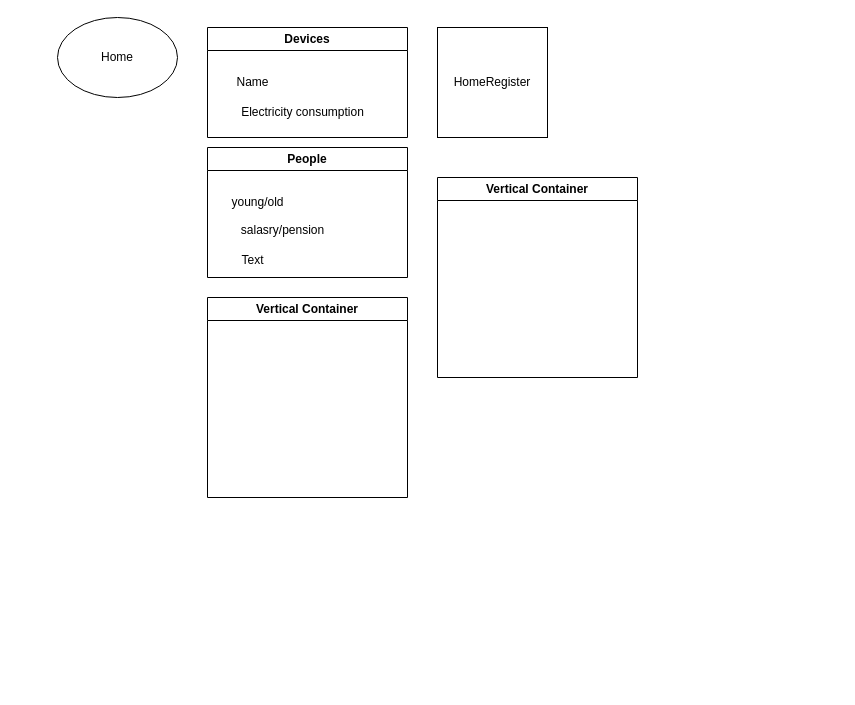
N30nWra1th/Calculator-project keeps this draw.io diagram as Sovietville Plan.drawio. Above is the earlier version. Source tidied: cells renumbered, new cells numbered last; positions are measured from the earlier drawing's top-left corner, leaving out a move shared by most shapes. Both pictures are drawn from the tidied source at 100%, with x=0, y=0 at pixel (57, 17).
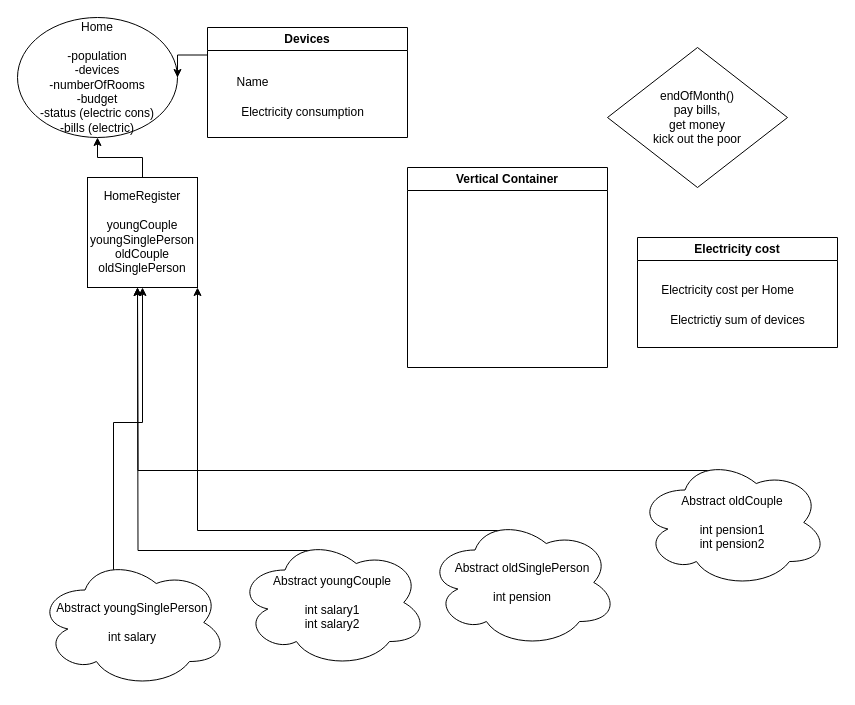
The same page after the edit.

Unchanged cells that the change refers to:
```xml
<mxCell id="4" value="Devices&lt;br&gt;" style="swimlane;whiteSpace=wrap;html=1;" parent="1" vertex="1">
  <mxGeometry x="150" y="10" width="200" height="110" as="geometry" />
</mxCell>
```

The edit, as a diff of the source:
```diff
@@
+    <mxCell id="13" style="edgeStyle=orthogonalEdgeStyle;rounded=0;jettySize=auto;html=1;exitX=0.5;exitY=0;exitDx=0;exitDy=0;entryX=0.5;entryY=1;entryDx=0;entryDy=0;" parent="1" edge="1" source="2" target="3">
+      <mxGeometry relative="1" as="geometry" />
+    </mxCell>
-    <mxCell id="2" value="HomeRegister" style="whiteSpace=wrap;html=1;" parent="1" vertex="1">
-      <mxGeometry x="380" y="10" width="110" height="110" as="geometry" />
+    <mxCell id="2" value="HomeRegister&lt;br&gt;&lt;br&gt;youngCouple&lt;br&gt;youngSinglePerson&lt;br&gt;oldCouple&lt;br&gt;oldSinglePerson" style="whiteSpace=wrap;html=1;" parent="1" vertex="1">
+      <mxGeometry x="30" y="160" width="110" height="110" as="geometry" />
     </mxCell>
-    <mxCell id="3" value="Home" style="ellipse;whiteSpace=wrap;html=1;" parent="1" vertex="1">
-      <mxGeometry width="120" height="80" as="geometry" />
+    <mxCell id="3" value="Home&lt;br&gt;&lt;br&gt;-population&lt;br&gt;-devices&lt;br&gt;-numberOfRooms&lt;br&gt;-budget&lt;br&gt;-status (electric cons)&lt;br&gt;-bills (electric)" style="ellipse;whiteSpace=wrap;html=1;" parent="1" vertex="1">
+      <mxGeometry x="-40" width="160" height="120" as="geometry" />
     </mxCell>
+    <mxCell id="14" style="edgeStyle=orthogonalEdgeStyle;rounded=0;jettySize=auto;html=1;exitX=0;exitY=0.25;exitDx=0;exitDy=0;entryX=1;entryY=0.5;entryDx=0;entryDy=0;" parent="1" edge="1" source="4" target="3">
+      <mxGeometry relative="1" as="geometry" />
+    </mxCell>
@@
-    <mxCell id="7" value="People" style="swimlane;whiteSpace=wrap;html=1;" parent="1" vertex="1">
-      <mxGeometry x="150" y="130" width="200" height="130" as="geometry" />
-    </mxCell>
-    <mxCell id="8" value="young/old" style="text;html=1;align=center;verticalAlign=middle;strokeColor=none;fillColor=none;" parent="7" vertex="1">
-      <mxGeometry x="10" y="40" width="80" height="30" as="geometry" />
-    </mxCell>
-    <mxCell id="9" value="Text" style="text;html=1;align=center;verticalAlign=middle;strokeColor=none;fillColor=none;" parent="7" vertex="1">
-      <mxGeometry x="20" y="98" width="50" height="30" as="geometry" />
-    </mxCell>
-    <mxCell id="10" value="salasry/pension" style="text;html=1;align=center;verticalAlign=middle;strokeColor=none;fillColor=none;" parent="7" vertex="1">
-      <mxGeometry x="20" y="68" width="110" height="30" as="geometry" />
-    </mxCell>
     <mxCell id="11" value="Vertical Container" style="swimlane;whiteSpace=wrap;html=1;" parent="1" vertex="1">
-      <mxGeometry x="380" y="160" width="200" height="200" as="geometry" />
+      <mxGeometry x="350" y="150" width="200" height="200" as="geometry" />
     </mxCell>
-    <mxCell id="12" value="Vertical Container" style="swimlane;whiteSpace=wrap;html=1;" parent="1" vertex="1">
-      <mxGeometry x="150" y="280" width="200" height="200" as="geometry" />
+    <mxCell id="12" value="Electricity cost" style="swimlane;whiteSpace=wrap;html=1;startSize=23;" parent="1" vertex="1">
+      <mxGeometry x="580" y="220" width="200" height="110" as="geometry" />
     </mxCell>
+    <mxCell id="15" value="Electricity cost per Home" style="text;html=1;align=center;verticalAlign=middle;strokeColor=none;fillColor=none;" parent="12" vertex="1">
+      <mxGeometry x="10" y="38" width="160" height="30" as="geometry" />
+    </mxCell>
+    <mxCell id="16" value="Electrictiy sum of devices" style="text;html=1;align=center;verticalAlign=middle;strokeColor=none;fillColor=none;" parent="12" vertex="1">
+      <mxGeometry x="20" y="68" width="160" height="30" as="geometry" />
+    </mxCell>
+    <mxCell id="17" value="endOfMonth()&lt;br&gt;pay bills,&lt;br&gt;get money&lt;br&gt;kick out the poor" style="rhombus;whiteSpace=wrap;html=1;" parent="1" vertex="1">
+      <mxGeometry x="550" y="30" width="180" height="140" as="geometry" />
+    </mxCell>
+    <mxCell id="18" style="edgeStyle=orthogonalEdgeStyle;rounded=0;jettySize=auto;html=1;exitX=0.4;exitY=0.1;exitDx=0;exitDy=0;exitPerimeter=0;entryX=0.5;entryY=1;entryDx=0;entryDy=0;" parent="1" edge="1" source="19" target="2">
+      <mxGeometry relative="1" as="geometry" />
+    </mxCell>
+    <mxCell id="19" value="Abstract youngSinglePerson&lt;br&gt;&lt;br&gt;int salary" style="ellipse;shape=cloud;whiteSpace=wrap;html=1;" parent="1" vertex="1">
+      <mxGeometry x="-20" y="540" width="190" height="130" as="geometry" />
+    </mxCell>
+    <mxCell id="20" style="edgeStyle=orthogonalEdgeStyle;rounded=0;jettySize=auto;html=1;exitX=0.4;exitY=0.1;exitDx=0;exitDy=0;exitPerimeter=0;" parent="1" edge="1" source="21">
+      <mxGeometry relative="1" as="geometry">
+        <mxPoint x="80" y="270" as="targetPoint" />
+      </mxGeometry>
+    </mxCell>
+    <mxCell id="21" value="Abstract youngCouple&lt;br&gt;&lt;br&gt;int salary1&lt;br&gt;int salary2" style="ellipse;shape=cloud;whiteSpace=wrap;html=1;" parent="1" vertex="1">
+      <mxGeometry x="180" y="520" width="190" height="130" as="geometry" />
+    </mxCell>
+    <mxCell id="22" style="edgeStyle=orthogonalEdgeStyle;rounded=0;jettySize=auto;html=1;exitX=0.4;exitY=0.1;exitDx=0;exitDy=0;exitPerimeter=0;entryX=1;entryY=1;entryDx=0;entryDy=0;" parent="1" edge="1" source="23" target="2">
+      <mxGeometry relative="1" as="geometry" />
+    </mxCell>
+    <mxCell id="23" value="Abstract oldSinglePerson&lt;br&gt;&lt;br&gt;int pension" style="ellipse;shape=cloud;whiteSpace=wrap;html=1;" parent="1" vertex="1">
+      <mxGeometry x="370" y="500" width="190" height="130" as="geometry" />
+    </mxCell>
+    <mxCell id="24" style="edgeStyle=orthogonalEdgeStyle;rounded=0;jettySize=auto;html=1;exitX=0.4;exitY=0.1;exitDx=0;exitDy=0;exitPerimeter=0;" parent="1" edge="1" source="25">
+      <mxGeometry relative="1" as="geometry">
+        <mxPoint x="80" y="270" as="targetPoint" />
+      </mxGeometry>
+    </mxCell>
+    <mxCell id="25" value="Abstract oldCouple&lt;br&gt;&lt;br&gt;int pension1&lt;br&gt;int pension2" style="ellipse;shape=cloud;whiteSpace=wrap;html=1;" parent="1" vertex="1">
+      <mxGeometry x="580" y="440" width="190" height="130" as="geometry" />
+    </mxCell>
```
